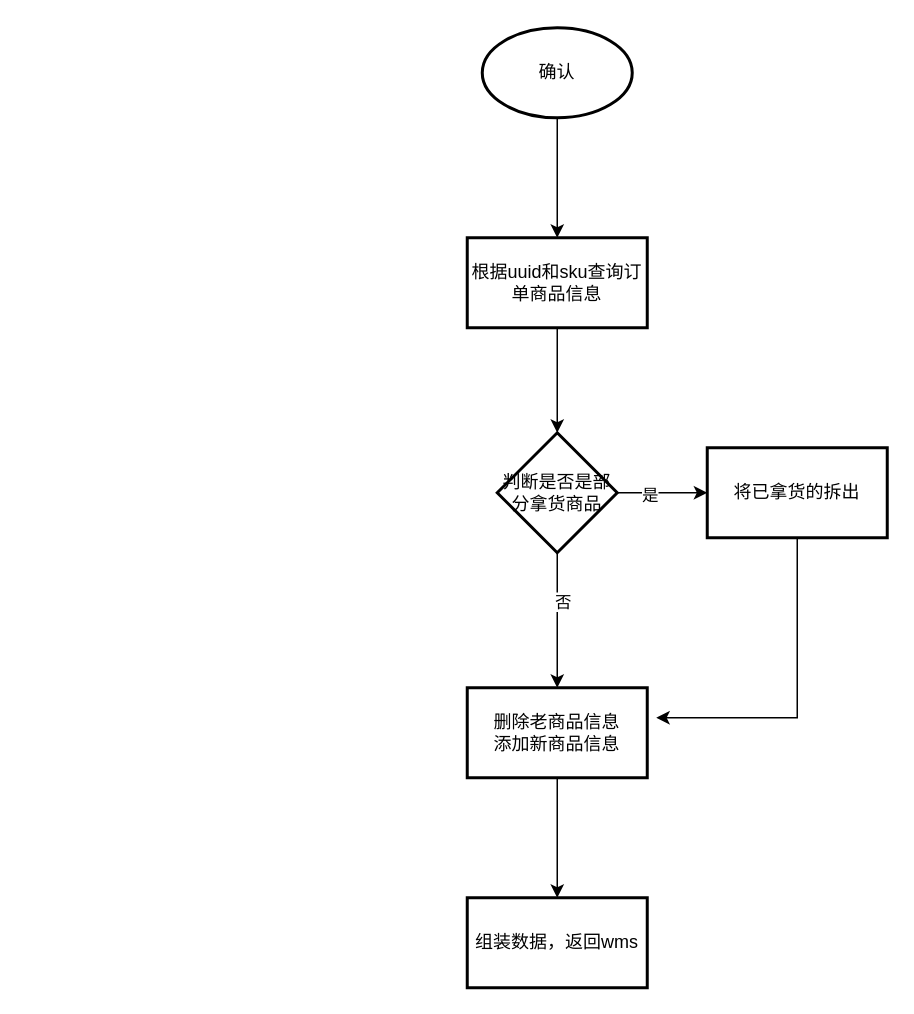
Above: 一货多供.drawio in bian0814/draw.io (draw.io), before the change. Source tidied: cells renumbered, new cells numbered last; positions are measured from the earlier drawing's top-left corner, leaving out a move shared by most shapes. Both pictures are drawn from the tidied source at 150%, with x=0, y=0 at pixel (466, 27).
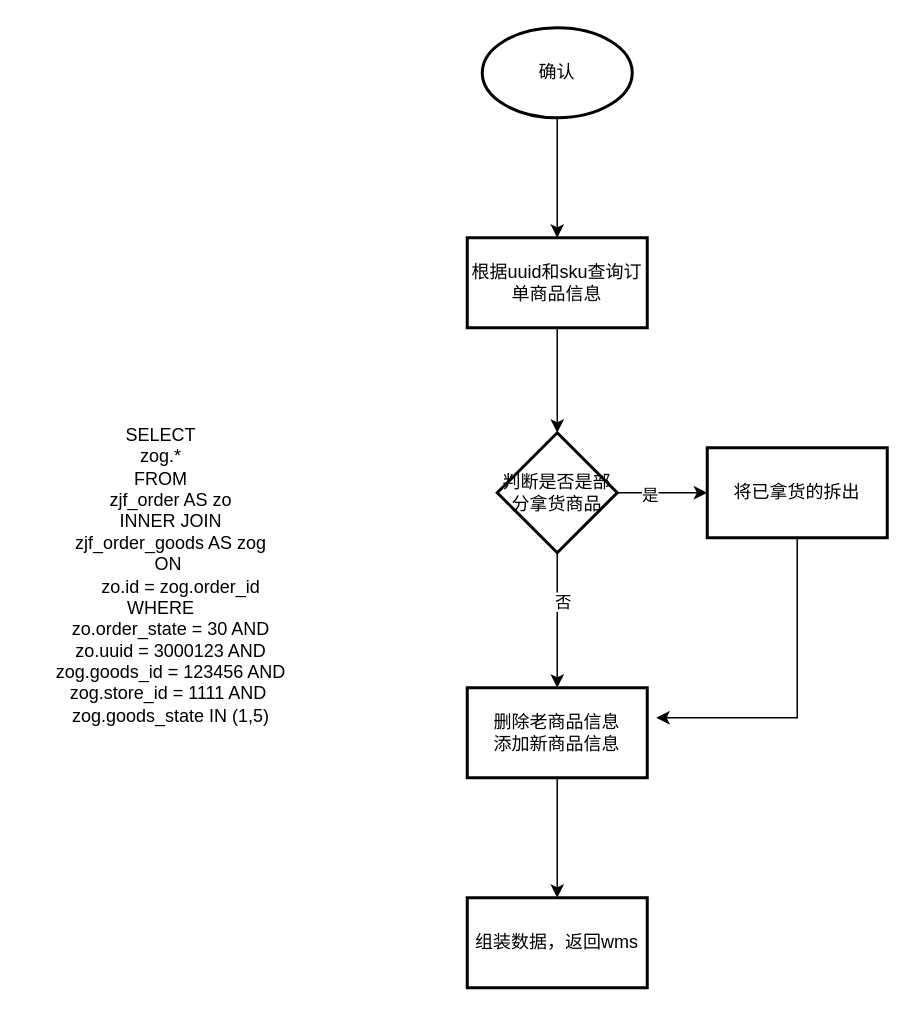
The same page after the edit.

Commit message (it also covers changes not shown here):
更新一货多供.drawio

What changed in the source:
```diff
@@
 <mxGraphModel>
   <root>
     <mxCell id="0" />
     <mxCell id="1" parent="0" />
     <mxCell id="2" style="edgeStyle=orthogonalEdgeStyle;rounded=0;jettySize=auto;html=1;" parent="1" edge="1" source="3" target="5">
       <mxGeometry relative="1" as="geometry" />
     </mxCell>
     <mxCell id="3" value="确认" style="strokeWidth=2;html=1;shape=mxgraph.flowchart.start_1;whiteSpace=wrap;" parent="1" vertex="1">
       <mxGeometry x="10" width="100" height="60" as="geometry" />
     </mxCell>
     <mxCell id="4" style="edgeStyle=orthogonalEdgeStyle;rounded=0;jettySize=auto;html=1;" parent="1" edge="1" source="5" target="10">
       <mxGeometry relative="1" as="geometry" />
     </mxCell>
     <mxCell id="5" value="根据uuid和sku查询订单商品信息" style="whiteSpace=wrap;html=1;strokeWidth=2;" parent="1" vertex="1">
       <mxGeometry y="140" width="120" height="60" as="geometry" />
     </mxCell>
     <mxCell id="6" style="edgeStyle=orthogonalEdgeStyle;rounded=0;jettySize=auto;html=1;" parent="1" edge="1" source="10" target="12">
       <mxGeometry relative="1" as="geometry" />
     </mxCell>
     <mxCell id="7" value="是" style="edgeLabel;html=1;align=center;verticalAlign=middle;" parent="6" vertex="1">
       <mxGeometry x="-0.31" y="-1" relative="1" as="geometry" />
     </mxCell>
     <mxCell id="8" style="edgeStyle=orthogonalEdgeStyle;rounded=0;jettySize=auto;html=1;" parent="1" edge="1" source="10" target="14">
       <mxGeometry relative="1" as="geometry" />
     </mxCell>
     <mxCell id="9" value="否" style="edgeLabel;html=1;align=center;verticalAlign=middle;" parent="8" vertex="1">
       <mxGeometry x="-0.28" y="3" relative="1" as="geometry" />
     </mxCell>
     <mxCell id="10" value="判断是否是部分拿货商品" style="rhombus;whiteSpace=wrap;html=1;strokeWidth=2;" parent="1" vertex="1">
       <mxGeometry x="20" y="270" width="80" height="80" as="geometry" />
     </mxCell>
     <mxCell id="11" style="edgeStyle=orthogonalEdgeStyle;rounded=0;jettySize=auto;html=1;" parent="1" edge="1" source="12">
       <mxGeometry relative="1" as="geometry">
         <mxPoint x="126" y="460" as="targetPoint" />
         <Array as="points">
           <mxPoint x="220" y="460" />
         </Array>
       </mxGeometry>
     </mxCell>
     <mxCell id="12" value="将已拿货的拆出" style="whiteSpace=wrap;html=1;strokeWidth=2;" parent="1" vertex="1">
       <mxGeometry x="160" y="280" width="120" height="60" as="geometry" />
     </mxCell>
     <mxCell id="13" style="edgeStyle=orthogonalEdgeStyle;rounded=0;jettySize=auto;html=1;" parent="1" edge="1" source="14" target="15">
       <mxGeometry relative="1" as="geometry" />
     </mxCell>
     <mxCell id="14" value="删除老商品信息&lt;br&gt;添加新商品信息" style="whiteSpace=wrap;html=1;strokeWidth=2;" parent="1" vertex="1">
       <mxGeometry y="440" width="120" height="60" as="geometry" />
     </mxCell>
     <mxCell id="15" value="组装数据，返回wms" style="whiteSpace=wrap;html=1;strokeWidth=2;" parent="1" vertex="1">
       <mxGeometry y="580" width="120" height="60" as="geometry" />
     </mxCell>
+    <mxCell id="16" value="&lt;div&gt;SELECT&lt;/div&gt;&lt;div&gt;zog.*&lt;span style=&quot;&quot;&gt;&lt;/span&gt;&lt;/div&gt;&lt;div&gt;FROM&lt;/div&gt;&lt;div&gt;&lt;span style=&quot;&quot;&gt;&lt;span style=&quot;&quot;&gt;&lt;span style=&quot;white-space: pre;&quot;&gt;&amp;nbsp;&amp;nbsp;&amp;nbsp;&amp;nbsp;&lt;/span&gt;&lt;/span&gt;zjf_order AS zo&lt;/span&gt;&lt;/div&gt;&lt;div&gt;&lt;span style=&quot;&quot;&gt;&lt;span style=&quot;&quot;&gt;&lt;span style=&quot;white-space: pre;&quot;&gt;&amp;nbsp;&amp;nbsp;&amp;nbsp;&amp;nbsp;&lt;/span&gt;&lt;/span&gt;INNER JOIN&lt;/span&gt;&lt;/div&gt;&lt;div&gt;&lt;span style=&quot;&quot;&gt;&lt;span style=&quot;&quot;&gt;&lt;span style=&quot;white-space: pre;&quot;&gt;&amp;nbsp;&amp;nbsp;&amp;nbsp;&amp;nbsp;&lt;/span&gt;&lt;/span&gt;zjf_order_goods AS zog&lt;/span&gt;&lt;/div&gt;&lt;div&gt;&lt;span style=&quot;&quot;&gt;&lt;span style=&quot;&quot;&gt;&lt;span style=&quot;white-space: pre;&quot;&gt;&amp;nbsp;&amp;nbsp;&amp;nbsp;&amp;nbsp;&lt;/span&gt;&lt;/span&gt;ON&amp;nbsp;&lt;/span&gt;&lt;/div&gt;&lt;div&gt;&lt;span style=&quot;&quot;&gt;&lt;span style=&quot;&quot;&gt;&lt;span style=&quot;white-space: pre;&quot;&gt;&amp;nbsp;&amp;nbsp;&amp;nbsp;&amp;nbsp;&lt;/span&gt;&lt;span style=&quot;white-space: pre;&quot;&gt;&amp;nbsp;&amp;nbsp;&amp;nbsp;&amp;nbsp;&lt;/span&gt;&lt;/span&gt;zo.id = zog.order_id&lt;/span&gt;&lt;/div&gt;&lt;div&gt;WHERE&lt;/div&gt;&lt;div&gt;&lt;span style=&quot;&quot;&gt;&lt;span style=&quot;&quot;&gt;&lt;span style=&quot;white-space: pre;&quot;&gt;&amp;nbsp;&amp;nbsp;&amp;nbsp;&amp;nbsp;&lt;/span&gt;&lt;/span&gt;zo.order_state = 30 AND&lt;/span&gt;&lt;/div&gt;&lt;div&gt;&lt;span style=&quot;&quot;&gt;&lt;span style=&quot;&quot;&gt;&lt;span style=&quot;white-space: pre;&quot;&gt;&amp;nbsp;&amp;nbsp;&amp;nbsp;&amp;nbsp;&lt;/span&gt;&lt;/span&gt;zo.uuid = 3000123 AND&lt;/span&gt;&lt;/div&gt;&lt;div&gt;&lt;span style=&quot;&quot;&gt;&lt;span style=&quot;&quot;&gt;&lt;span style=&quot;white-space: pre;&quot;&gt;&amp;nbsp;&amp;nbsp;&amp;nbsp;&amp;nbsp;&lt;/span&gt;&lt;/span&gt;zog.goods_id = 123456 AND&lt;/span&gt;&lt;/div&gt;&lt;div&gt;&lt;span style=&quot;&quot;&gt;&lt;span style=&quot;&quot;&gt;&lt;span style=&quot;white-space: pre;&quot;&gt;&amp;nbsp;&amp;nbsp;&amp;nbsp;&amp;nbsp;&lt;/span&gt;&lt;/span&gt;zog.store_id = 1111 AND&amp;nbsp;&lt;/span&gt;&lt;/div&gt;&lt;div&gt;&lt;span style=&quot;&quot;&gt;&lt;span style=&quot;&quot;&gt;&lt;span style=&quot;white-space: pre;&quot;&gt;&amp;nbsp;&amp;nbsp;&amp;nbsp;&amp;nbsp;&lt;/span&gt;&lt;/span&gt;zog.goods_state IN (1,5)&lt;/span&gt;&lt;/div&gt;" style="text;html=1;strokeColor=none;fillColor=none;align=center;verticalAlign=middle;whiteSpace=wrap;rounded=0;" parent="1" vertex="1">
+      <mxGeometry x="-294" y="240" width="180" height="250" as="geometry" />
+    </mxCell>
   </root>
 </mxGraphModel>
```
